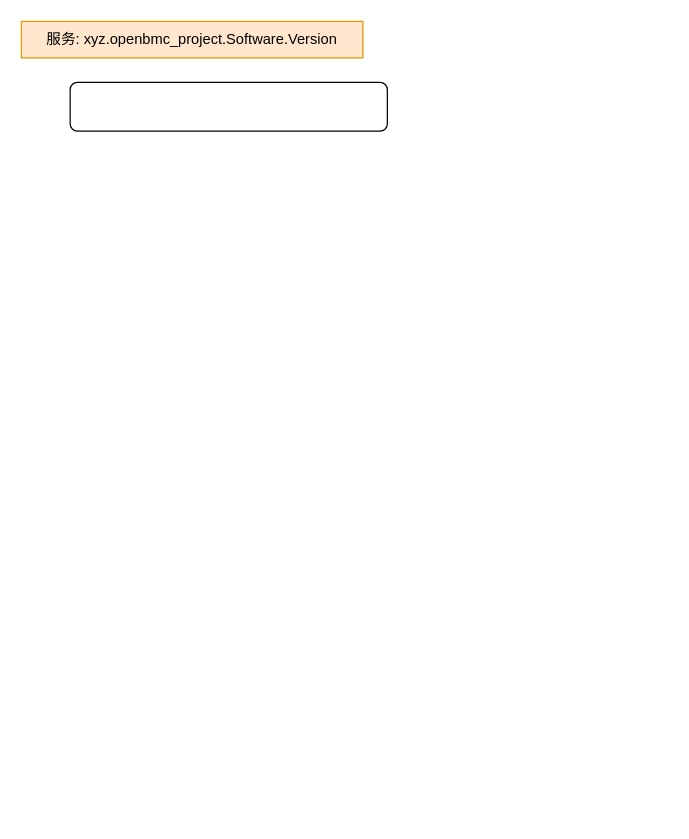
yuanzhaoming/draws keeps this draw.io diagram as pldm固件升级流程.drawio. Above is the earlier version. Source tidied: cells renumbered, new cells numbered last; positions are measured from the earlier drawing's top-left corner, leaving out a move shared by most shapes. Both pictures are drawn from the tidied source at 122%, with x=0, y=0 at pixel (21, 21).
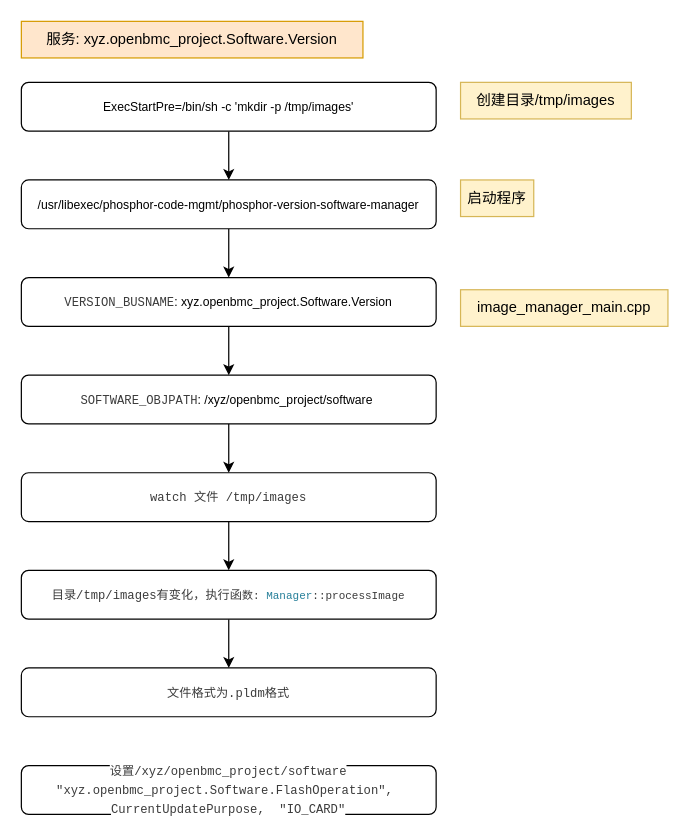
The same diagram, later.

Commit message (it also covers changes not shown here):
更新pldm固件升级流程.drawio

Diff of the diagram source:
```diff
@@
 <mxGraphModel>
   <root>
     <mxCell id="0" />
     <mxCell id="1" parent="0" />
+    <mxCell id="4" style="edgeStyle=orthogonalEdgeStyle;rounded=0;jettySize=auto;html=1;exitX=0.5;exitY=1;exitDx=0;exitDy=0;entryX=0.5;entryY=0;entryDx=0;entryDy=0;" parent="1" edge="1" source="2" target="7">
+      <mxGeometry relative="1" as="geometry" />
+    </mxCell>
-    <mxCell id="2" style="rounded=1;whiteSpace=wrap;html=1;" parent="1" vertex="1">
-      <mxGeometry x="40" y="50" width="260" height="40" as="geometry" />
+    <mxCell id="2" value="&lt;font style=&quot;font-size: 10px;&quot;&gt;ExecStartPre=/bin/sh -c 'mkdir -p /tmp/images'&lt;/font&gt;" style="rounded=1;whiteSpace=wrap;html=1;" parent="1" vertex="1">
+      <mxGeometry y="50" width="340" height="40" as="geometry" />
     </mxCell>
     <mxCell id="3" value="服务:&amp;nbsp;xyz.openbmc_project.Software.Version" style="text;html=1;whiteSpace=wrap;strokeColor=#d79b00;fillColor=#ffe6cc;align=center;verticalAlign=middle;rounded=0;" parent="1" vertex="1">
       <mxGeometry width="280" height="30" as="geometry" />
     </mxCell>
+    <mxCell id="5" value="创建目录/tmp/images" style="text;html=1;whiteSpace=wrap;strokeColor=#d6b656;fillColor=#fff2cc;align=center;verticalAlign=middle;rounded=0;" parent="1" vertex="1">
+      <mxGeometry x="360" y="50" width="140" height="30" as="geometry" />
+    </mxCell>
+    <mxCell id="6" style="edgeStyle=orthogonalEdgeStyle;rounded=0;jettySize=auto;html=1;exitX=0.5;exitY=1;exitDx=0;exitDy=0;entryX=0.5;entryY=0;entryDx=0;entryDy=0;" parent="1" edge="1" source="7" target="10">
+      <mxGeometry relative="1" as="geometry" />
+    </mxCell>
+    <mxCell id="7" value="&lt;font style=&quot;font-size: 10px;&quot;&gt;/usr/libexec/phosphor-code-mgmt/phosphor-version-software-manager&lt;/font&gt;" style="rounded=1;whiteSpace=wrap;html=1;" parent="1" vertex="1">
+      <mxGeometry y="130" width="340" height="40" as="geometry" />
+    </mxCell>
+    <mxCell id="8" value="启动程序" style="text;html=1;whiteSpace=wrap;strokeColor=#d6b656;fillColor=#fff2cc;align=center;verticalAlign=middle;rounded=0;" parent="1" vertex="1">
+      <mxGeometry x="360" y="130" width="60" height="30" as="geometry" />
+    </mxCell>
+    <mxCell id="9" style="edgeStyle=orthogonalEdgeStyle;rounded=0;jettySize=auto;html=1;exitX=0.5;exitY=1;exitDx=0;exitDy=0;entryX=0.5;entryY=0;entryDx=0;entryDy=0;" parent="1" edge="1" source="10" target="12">
+      <mxGeometry relative="1" as="geometry" />
+    </mxCell>
+    <mxCell id="10" value="&lt;font style=&quot;font-size: 10px;&quot;&gt;&lt;span style=&quot;background-color: rgb(255, 255, 255); color: rgb(59, 59, 59); font-family: Consolas, &amp;quot;Courier New&amp;quot;, monospace; white-space: pre;&quot;&gt;VERSION_BUSNAME&lt;/span&gt;: xyz.openbmc_project.Software.Version&lt;/font&gt;" style="rounded=1;whiteSpace=wrap;html=1;" parent="1" vertex="1">
+      <mxGeometry y="210" width="340" height="40" as="geometry" />
+    </mxCell>
+    <mxCell id="11" style="edgeStyle=orthogonalEdgeStyle;rounded=0;jettySize=auto;html=1;exitX=0.5;exitY=1;exitDx=0;exitDy=0;entryX=0.5;entryY=0;entryDx=0;entryDy=0;" parent="1" edge="1" source="12" target="14">
+      <mxGeometry relative="1" as="geometry" />
+    </mxCell>
+    <mxCell id="12" value="&lt;font style=&quot;font-size: 10px;&quot;&gt;&lt;span style=&quot;background-color: rgb(255, 255, 255); color: rgb(59, 59, 59); font-family: Consolas, &amp;quot;Courier New&amp;quot;, monospace; white-space: pre;&quot;&gt;SOFTWARE_OBJPATH&lt;/span&gt;: /xyz/openbmc_project/software&amp;nbsp;&lt;/font&gt;" style="rounded=1;whiteSpace=wrap;html=1;" parent="1" vertex="1">
+      <mxGeometry y="290" width="340" height="40" as="geometry" />
+    </mxCell>
+    <mxCell id="13" style="edgeStyle=orthogonalEdgeStyle;rounded=0;jettySize=auto;html=1;exitX=0.5;exitY=1;exitDx=0;exitDy=0;entryX=0.5;entryY=0;entryDx=0;entryDy=0;" parent="1" edge="1" source="14" target="17">
+      <mxGeometry relative="1" as="geometry" />
+    </mxCell>
+    <mxCell id="14" value="&lt;font color=&quot;#3b3b3b&quot; face=&quot;Consolas, Courier New, monospace&quot; style=&quot;font-size: 10px;&quot;&gt;&lt;span style=&quot;white-space: pre; background-color: rgb(255, 255, 255);&quot;&gt;watch 文件 /tmp/images&lt;/span&gt;&lt;/font&gt;" style="rounded=1;whiteSpace=wrap;html=1;" parent="1" vertex="1">
+      <mxGeometry y="370" width="340" height="40" as="geometry" />
+    </mxCell>
+    <mxCell id="15" value="image_manager_main.cpp" style="text;html=1;whiteSpace=wrap;strokeColor=#d6b656;fillColor=#fff2cc;align=center;verticalAlign=middle;rounded=0;" parent="1" vertex="1">
+      <mxGeometry x="360" y="220" width="170" height="30" as="geometry" />
+    </mxCell>
+    <mxCell id="16" style="edgeStyle=orthogonalEdgeStyle;rounded=0;jettySize=auto;html=1;exitX=0.5;exitY=1;exitDx=0;exitDy=0;entryX=0.5;entryY=0;entryDx=0;entryDy=0;" parent="1" edge="1" source="17" target="18">
+      <mxGeometry relative="1" as="geometry" />
+    </mxCell>
+    <mxCell id="17" value="&lt;font color=&quot;#3b3b3b&quot; face=&quot;Consolas, Courier New, monospace&quot;&gt;&lt;span style=&quot;font-size: 10px; white-space: pre; background-color: rgb(255, 255, 255);&quot;&gt;目录/tmp/images有变化，执行&lt;/span&gt;&lt;span style=&quot;white-space: pre; background-color: rgb(255, 255, 255);&quot;&gt;&lt;font style=&quot;font-size: 10px;&quot;&gt;函&lt;/font&gt;&lt;font style=&quot;font-size: 9px;&quot;&gt;数: &lt;/font&gt;&lt;/span&gt;&lt;/font&gt;&lt;font style=&quot;font-size: 9px;&quot;&gt;&lt;span style=&quot;font-family: Consolas, &amp;quot;Courier New&amp;quot;, monospace; white-space: pre; color: rgb(38, 127, 153);&quot;&gt;Manager&lt;/span&gt;&lt;span style=&quot;background-color: rgb(255, 255, 255); color: rgb(59, 59, 59); font-family: Consolas, &amp;quot;Courier New&amp;quot;, monospace; white-space: pre;&quot;&gt;::processImage&lt;/span&gt;&lt;/font&gt;" style="rounded=1;whiteSpace=wrap;html=1;" parent="1" vertex="1">
+      <mxGeometry y="450" width="340" height="40" as="geometry" />
+    </mxCell>
+    <mxCell id="18" value="&lt;font color=&quot;#3b3b3b&quot; face=&quot;Consolas, Courier New, monospace&quot;&gt;&lt;span style=&quot;font-size: 10px; white-space: pre; background-color: rgb(255, 255, 255);&quot;&gt;文件格式为.pldm格式&lt;/span&gt;&lt;/font&gt;" style="rounded=1;whiteSpace=wrap;html=1;" parent="1" vertex="1">
+      <mxGeometry y="530" width="340" height="40" as="geometry" />
+    </mxCell>
+    <mxCell id="19" value="&lt;font color=&quot;#3b3b3b&quot; face=&quot;Consolas, Courier New, monospace&quot;&gt;&lt;span style=&quot;font-size: 10px; white-space: pre; background-color: rgb(255, 255, 255);&quot;&gt;设置/xyz/openbmc_project/software&lt;br/&gt;&quot;xyz.openbmc_project.Software.FlashOperation&quot;, &lt;br/&gt;CurrentUpdatePurpose,  &quot;IO_CARD&quot;&lt;/span&gt;&lt;/font&gt;" style="rounded=1;whiteSpace=wrap;html=1;" parent="1" vertex="1">
+      <mxGeometry y="610" width="340" height="40" as="geometry" />
+    </mxCell>
   </root>
 </mxGraphModel>
```
